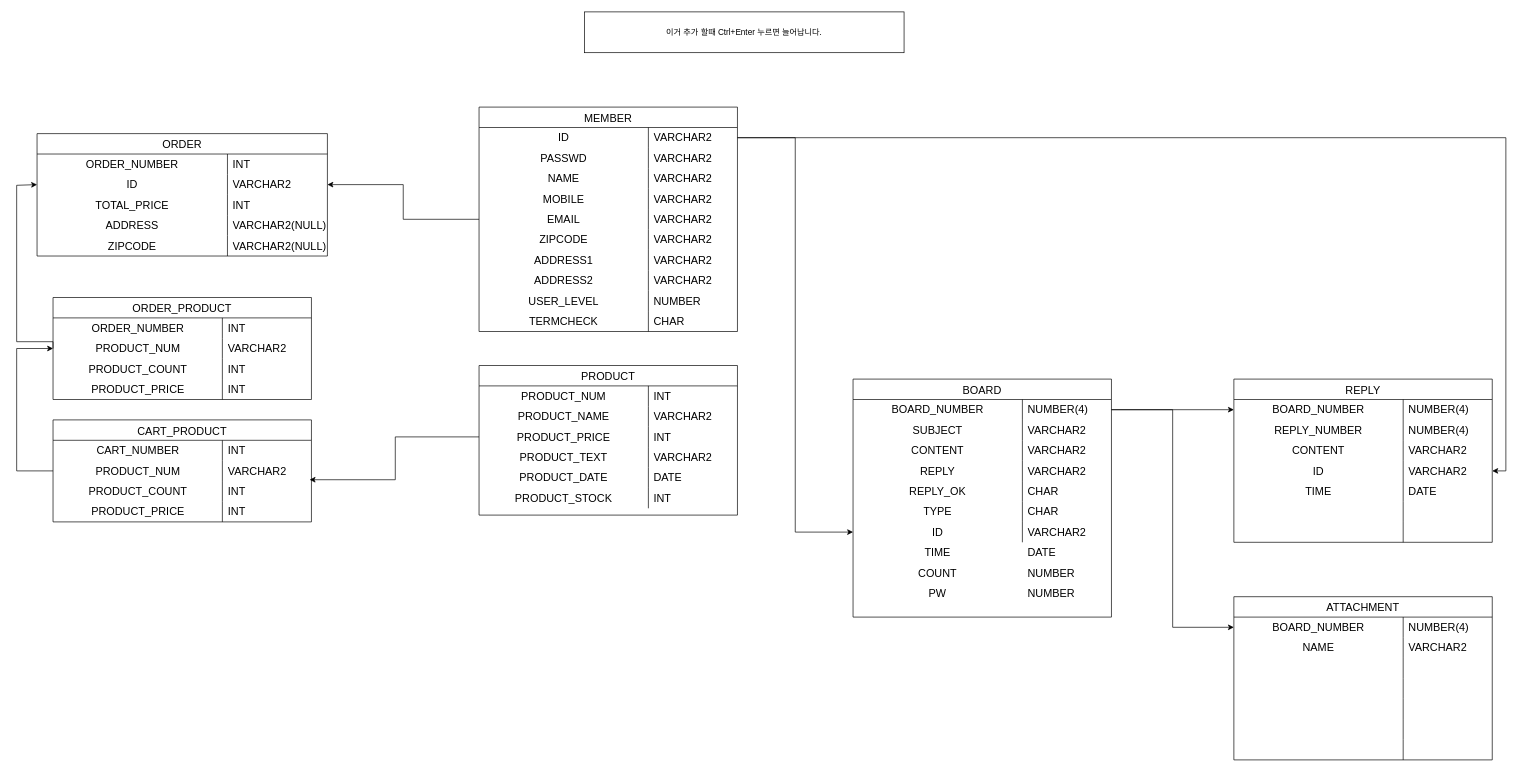
The draw.io diagram 제목 없는 다이어그램.drawio in Rookies13/Senanam, before the edit. Source tidied: cells renumbered, new cells numbered last; positions are measured from the earlier drawing's top-left corner, leaving out a move shared by most shapes. Both pictures are drawn from the tidied source at 68%, with x=0, y=0 at pixel (16, 12).
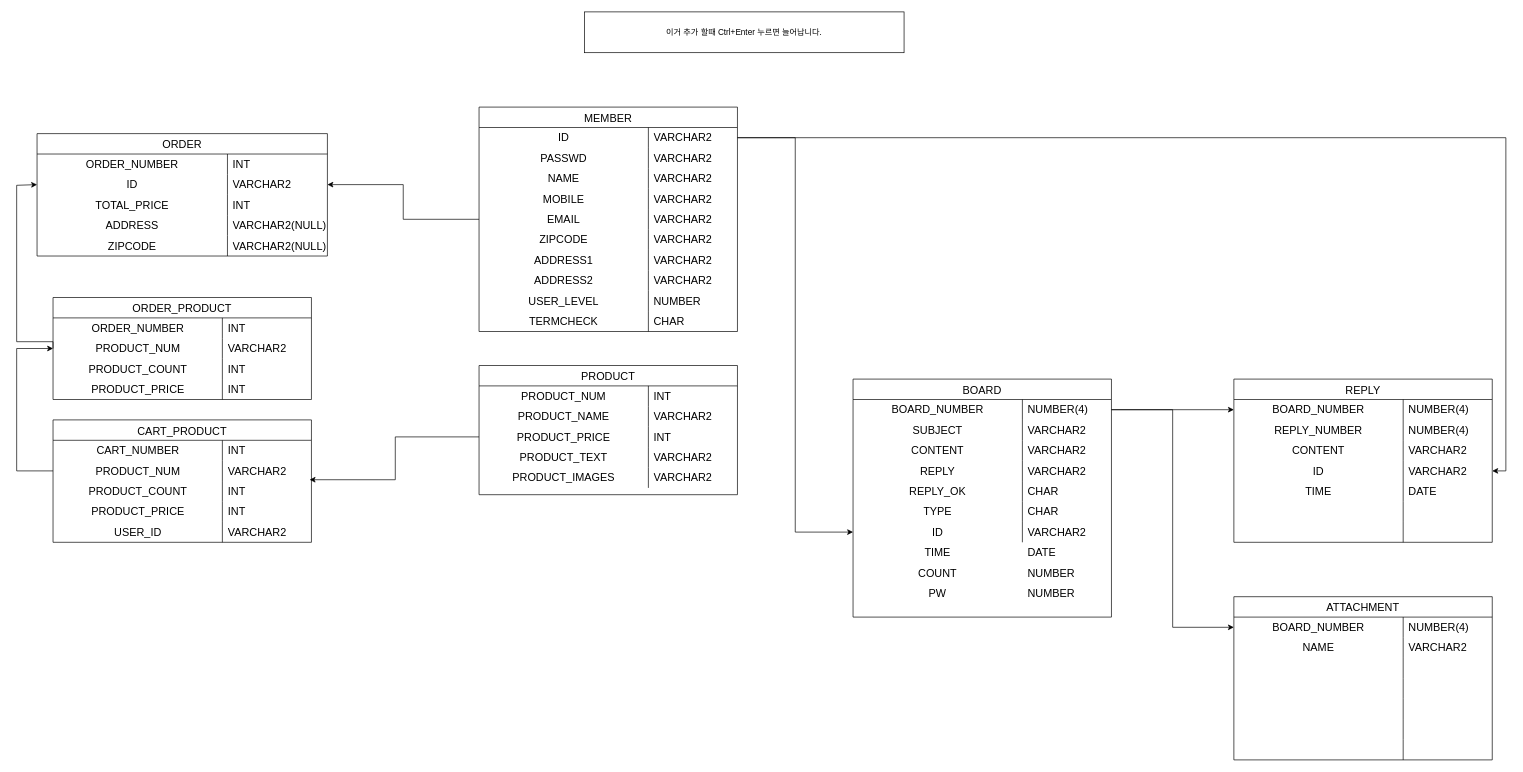
The same page after the edit.

Commit message:
제목 없는 다이어그램.drawio 업데이트

Change to the diagram source:
```diff
@@
     <mxCell id="34" value="PRODUCT" style="shape=table;startSize=30;childLayout=tableLayout;rowLines=0;fontStyle=0;strokeColor=default;fontSize=16;" parent="1" vertex="1">
-      <mxGeometry x="680" y="520" width="380" height="220" as="geometry" />
+      <mxGeometry x="680" y="520" width="380" height="190" as="geometry" />
     </mxCell>
@@
-    <mxCell id="47" style="shape=tableRow;horizontal=0;startSize=0;swimlaneHead=0;swimlaneBody=0;top=0;left=0;bottom=0;right=0;fillColor=none;strokeColor=inherit;fontSize=16;" parent="34" vertex="1">
-      <mxGeometry y="150" width="380" height="30" as="geometry" />
-    </mxCell>
-    <mxCell id="48" value="PRODUCT_DATE" style="shape=partialRectangle;html=1;whiteSpace=wrap;fillColor=none;top=0;left=0;bottom=0;right=0;overflow=hidden;strokeColor=inherit;fontSize=16;" parent="47" vertex="1">
-      <mxGeometry width="249" height="30" as="geometry" />
-    </mxCell>
-    <mxCell id="49" value="DATE" style="shape=partialRectangle;html=1;whiteSpace=wrap;fillColor=none;top=0;left=0;bottom=0;right=0;align=left;spacingLeft=6;overflow=hidden;strokeColor=inherit;fontSize=16;" parent="47" vertex="1">
-      <mxGeometry x="249" width="131" height="30" as="geometry" />
-    </mxCell>
     <mxCell id="50" style="shape=tableRow;horizontal=0;startSize=0;swimlaneHead=0;swimlaneBody=0;top=0;left=0;bottom=0;right=0;fillColor=none;strokeColor=inherit;fontSize=16;" parent="34" vertex="1">
-      <mxGeometry y="180" width="380" height="30" as="geometry" />
+      <mxGeometry y="150" width="380" height="30" as="geometry" />
     </mxCell>
-    <mxCell id="51" value="PRODUCT_STOCK" style="shape=partialRectangle;html=1;whiteSpace=wrap;fillColor=none;top=0;left=0;bottom=0;right=0;overflow=hidden;strokeColor=inherit;fontSize=16;" parent="50" vertex="1">
+    <mxCell id="51" value="PRODUCT_IMAGES" style="shape=partialRectangle;html=1;whiteSpace=wrap;fillColor=none;top=0;left=0;bottom=0;right=0;overflow=hidden;strokeColor=inherit;fontSize=16;" parent="50" vertex="1">
       <mxGeometry width="249" height="30" as="geometry" />
     </mxCell>
-    <mxCell id="52" value="INT" style="shape=partialRectangle;html=1;whiteSpace=wrap;fillColor=none;top=0;left=0;bottom=0;right=0;align=left;spacingLeft=6;overflow=hidden;strokeColor=inherit;fontSize=16;" parent="50" vertex="1">
+    <mxCell id="52" value="VARCHAR2" style="shape=partialRectangle;html=1;whiteSpace=wrap;fillColor=none;top=0;left=0;bottom=0;right=0;align=left;spacingLeft=6;overflow=hidden;strokeColor=inherit;fontSize=16;" parent="50" vertex="1">
       <mxGeometry x="249" width="131" height="30" as="geometry" />
     </mxCell>
@@
     <mxCell id="160" value="CART_PRODUCT" style="shape=table;startSize=30;childLayout=tableLayout;rowLines=0;fontStyle=0;strokeColor=default;fontSize=16;" parent="1" vertex="1">
-      <mxGeometry x="53.5" y="600" width="380" height="150" as="geometry" />
+      <mxGeometry x="53.5" y="600" width="380" height="180" as="geometry" />
     </mxCell>
@@
+    <mxCell id="47" style="shape=tableRow;horizontal=0;startSize=0;swimlaneHead=0;swimlaneBody=0;top=0;left=0;bottom=0;right=0;fillColor=none;strokeColor=inherit;fontSize=16;" parent="160" vertex="1">
+      <mxGeometry y="150" width="380" height="30" as="geometry" />
+    </mxCell>
+    <mxCell id="175" value="USER_ID" style="shape=partialRectangle;html=1;whiteSpace=wrap;fillColor=none;top=0;left=0;bottom=0;right=0;overflow=hidden;strokeColor=inherit;fontSize=16;" parent="47" vertex="1">
+      <mxGeometry width="249" height="30" as="geometry" />
+    </mxCell>
+    <mxCell id="176" value="VARCHAR2" style="shape=partialRectangle;html=1;whiteSpace=wrap;fillColor=none;top=0;left=0;bottom=0;right=0;align=left;spacingLeft=6;overflow=hidden;strokeColor=inherit;fontSize=16;" parent="47" vertex="1">
+      <mxGeometry x="249" width="131" height="30" as="geometry" />
+    </mxCell>
```
